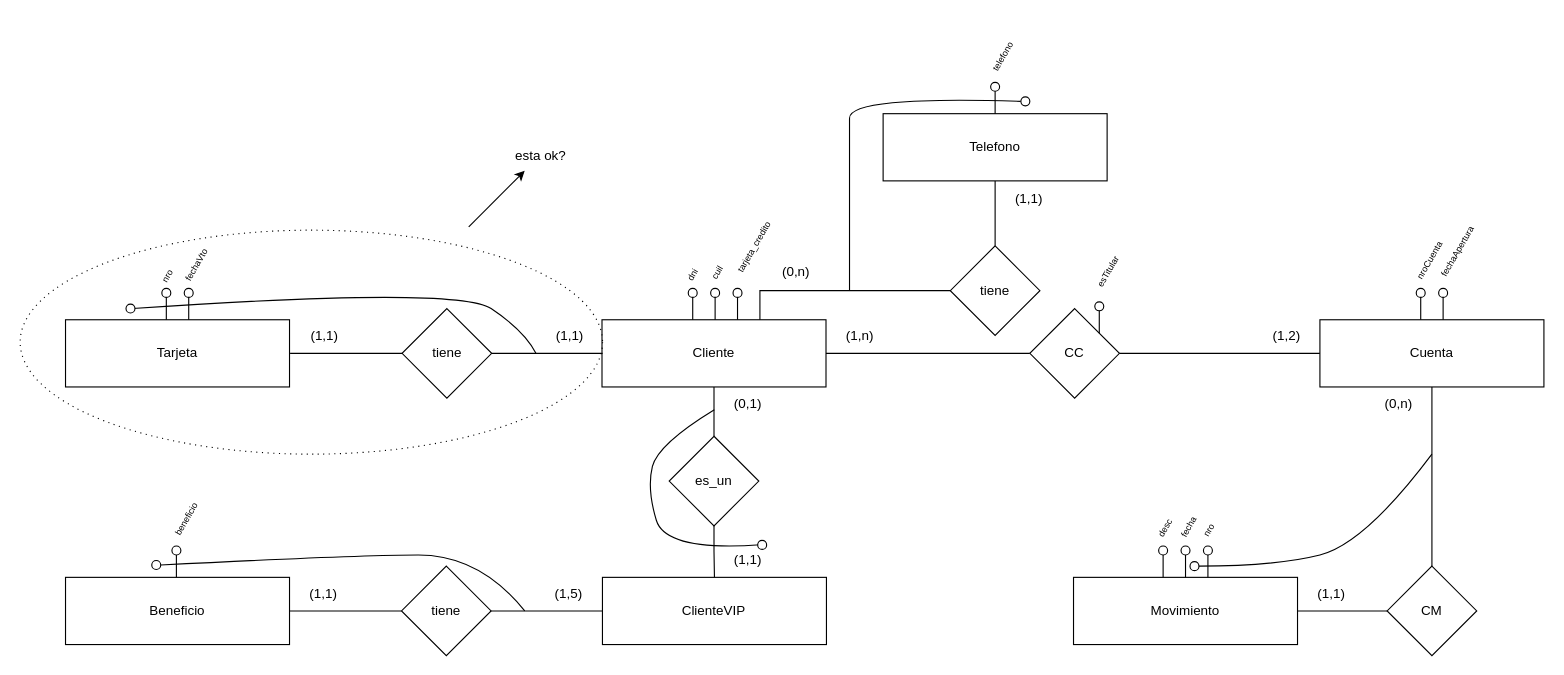
Before: Practicas/Practica1/ej16/logico.drawio in gonblas/bd, a draw.io diagram. Source tidied: cells renumbered, new cells numbered last; positions are measured from the earlier drawing's top-left corner, leaving out a move shared by most shapes. Both pictures are drawn from the tidied source at 112%, with x=0, y=0 at pixel (20, 39).
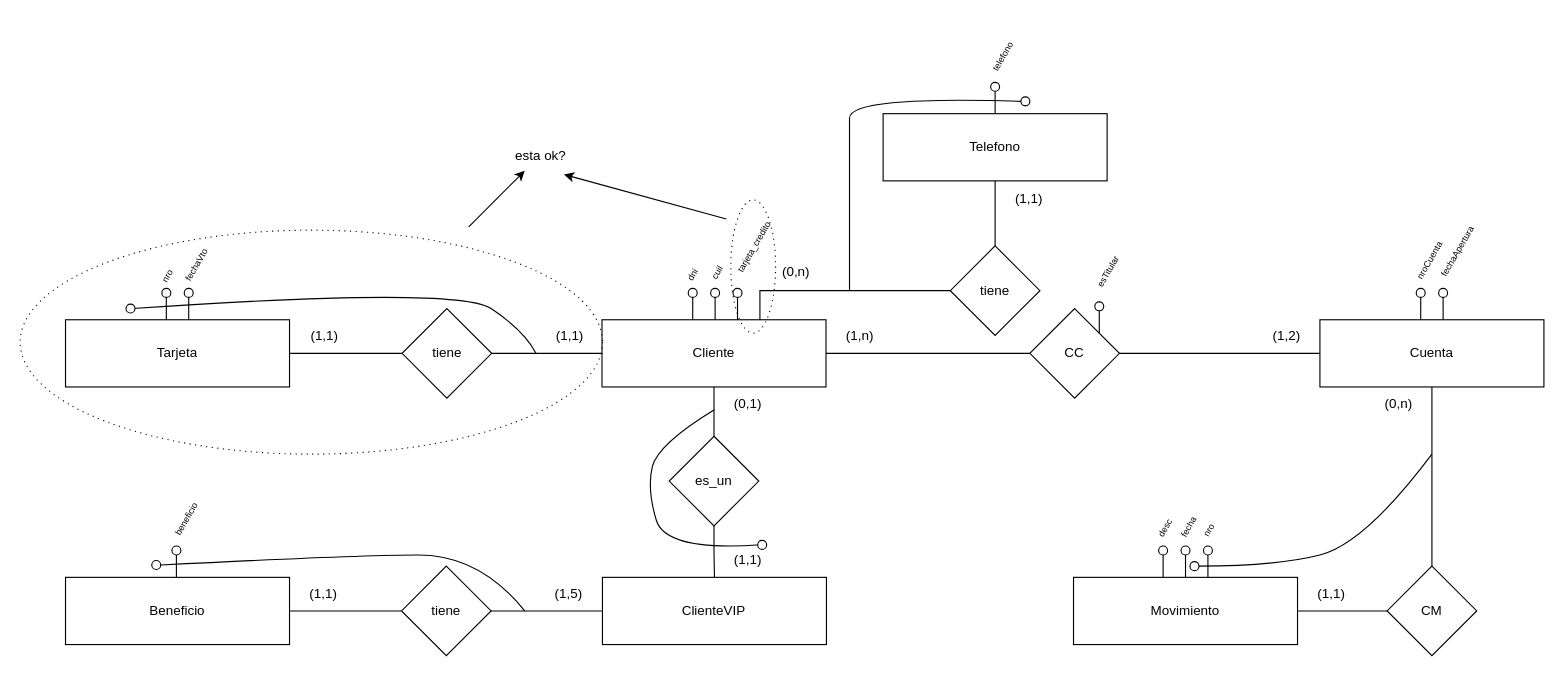
After the change.

The change refers to these unchanged cells:
```xml
<mxCell id="105" value="esta ok?" style="text;html=1;align=center;verticalAlign=middle;points=[];strokeColor=none;fillColor=none;" parent="1" vertex="1">
  <mxGeometry x="424" y="89" width="80" height="30" as="geometry" />
</mxCell>
```

Change to the diagram source:
```diff
@@
+    <mxCell id="106" style="ellipse;whiteSpace=wrap;html=1;fillColor=none;dashed=1;dashPattern=1 4;" parent="1" vertex="1">
+      <mxGeometry x="634" y="143" width="40" height="119" as="geometry" />
+    </mxCell>
+    <mxCell id="107" style="endArrow=classic;html=1;rounded=0;entryX=0.763;entryY=1.044;entryDx=0;entryDy=0;entryPerimeter=0;" parent="1" edge="1" target="105">
+      <mxGeometry relative="1" as="geometry">
+        <mxPoint x="630" y="160" as="sourcePoint" />
+      </mxGeometry>
+    </mxCell>
```
